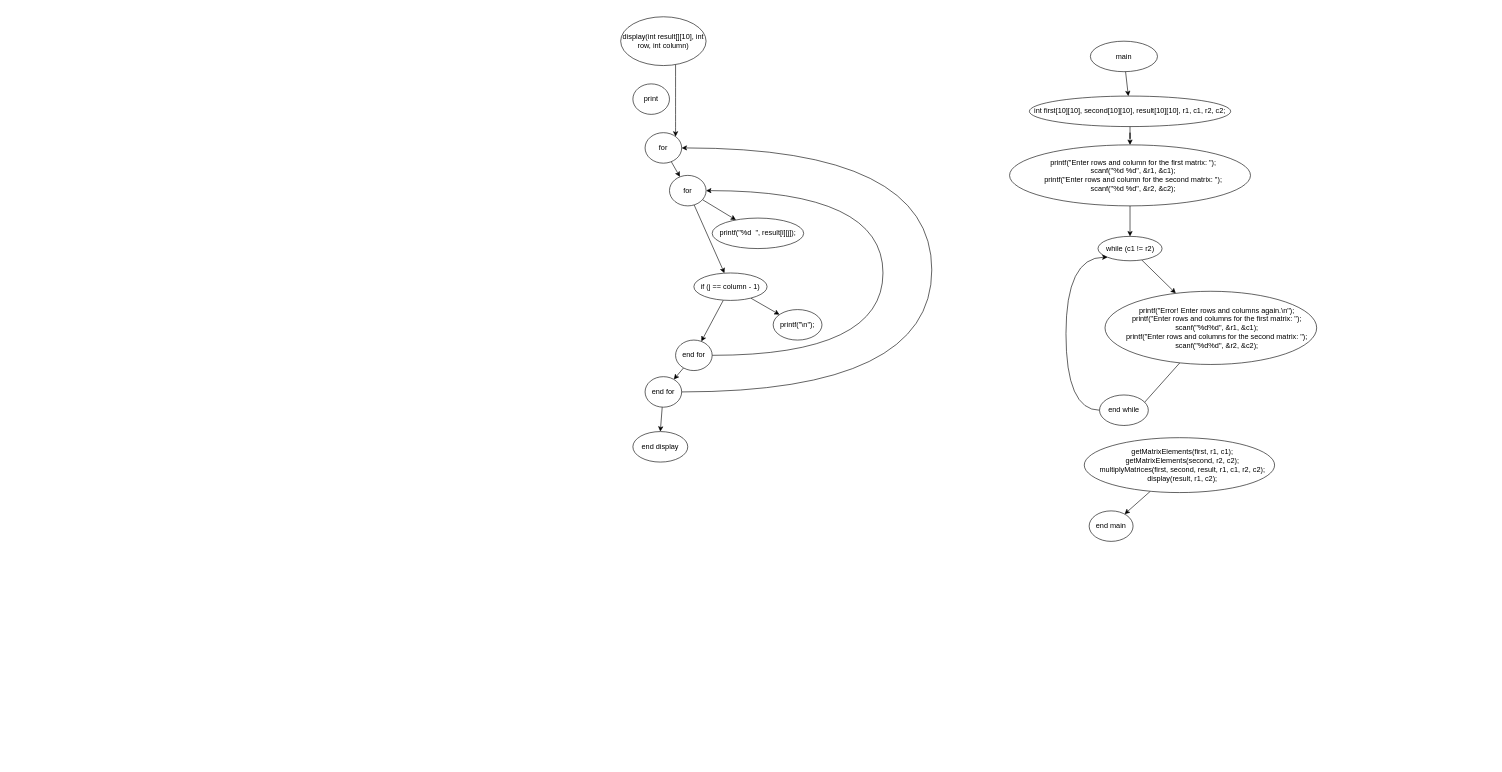
The draw.io diagram Matrix CFG.drawio in DanteDeLordran/levenshtein_distance, before the edit. Source tidied: cells renumbered, new cells numbered last; positions are measured from the earlier drawing's top-left corner, leaving out a move shared by most shapes. Both pictures are drawn from the tidied source at 61%, with x=0, y=0 at pixel (620, 16).
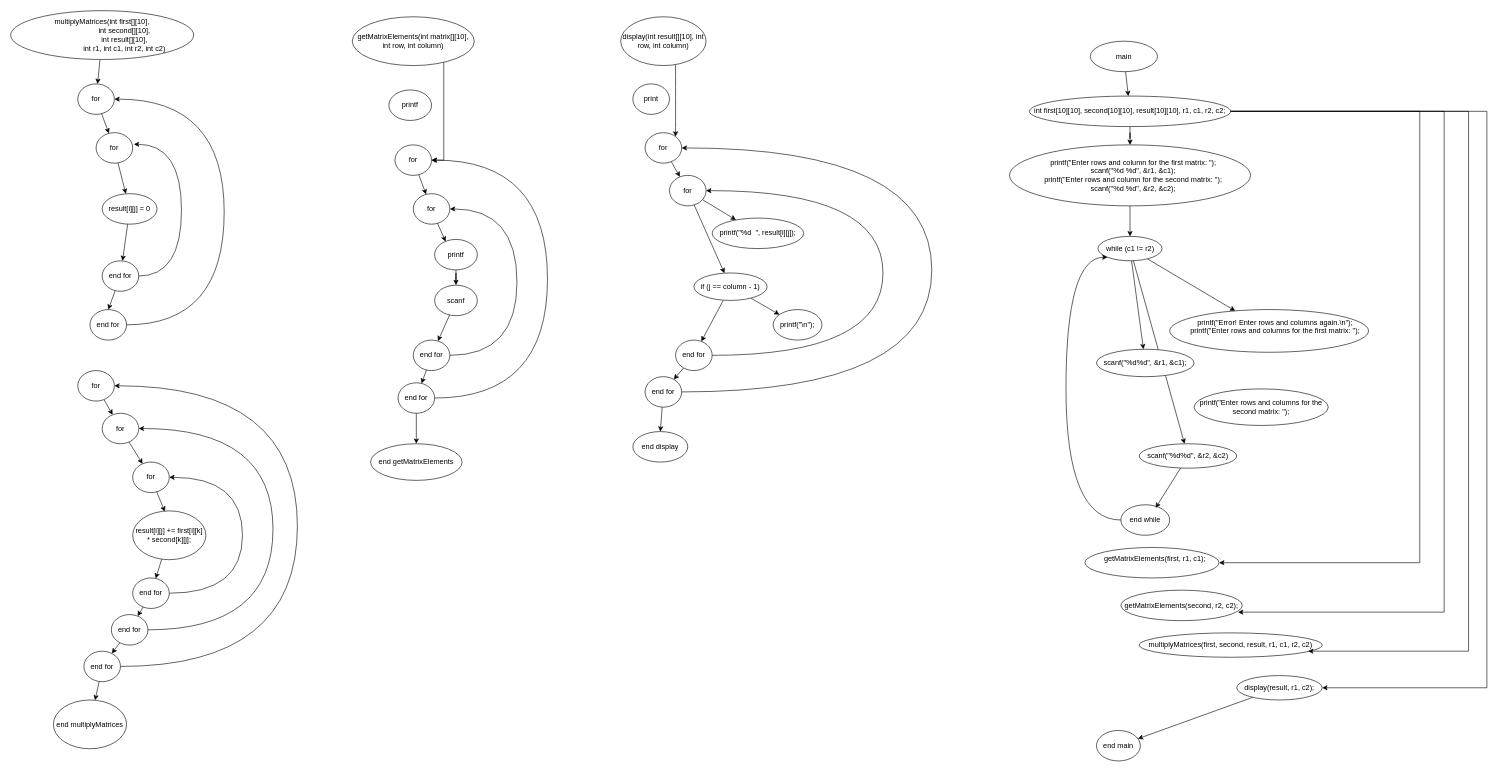
Above is the later version.

Commit message (it also covers changes not shown here):
Matrix CFG

The change refers to these unchanged cells:
```xml
<mxCell id="25" value="int first[10][10], second[10][10], result[10][10], r1, c1, r2, c2;" style="ellipse;whiteSpace=wrap;html=1;" parent="1" vertex="1">
  <mxGeometry x="670" y="130" width="330" height="50" as="geometry" />
</mxCell>
<mxCell id="29" value="while (c1 != r2)" style="ellipse;whiteSpace=wrap;html=1;" parent="1" vertex="1">
  <mxGeometry x="782.5" y="360" width="105" height="40" as="geometry" />
</mxCell>
```

Change to the diagram source:
```diff
@@
+    <mxCell id="37" style="edgeStyle=orthogonalEdgeStyle;rounded=0;jettySize=auto;html=1;" parent="1" edge="1" source="25" target="35">
+      <mxGeometry relative="1" as="geometry">
+        <Array as="points">
+          <mxPoint x="1310" y="155" />
+          <mxPoint x="1310" y="895" />
+        </Array>
+      </mxGeometry>
+    </mxCell>
+    <mxCell id="38" style="edgeStyle=orthogonalEdgeStyle;rounded=0;jettySize=auto;html=1;" parent="1" edge="1" source="25" target="97">
+      <mxGeometry relative="1" as="geometry">
+        <Array as="points">
+          <mxPoint x="1420" y="155" />
+          <mxPoint x="1420" y="1100" />
+        </Array>
+      </mxGeometry>
+    </mxCell>
@@
+    <mxCell id="39" style="rounded=0;jettySize=auto;html=1;" parent="1" edge="1" source="29" target="90">
+      <mxGeometry relative="1" as="geometry" />
+    </mxCell>
+    <mxCell id="40" style="rounded=0;jettySize=auto;html=1;" parent="1" edge="1" source="29" target="92">
+      <mxGeometry relative="1" as="geometry" />
+    </mxCell>
@@
-    <mxCell id="30" style="rounded=0;jettySize=auto;html=1;entryX=0.5;entryY=1;entryDx=0;entryDy=0;" parent="1" edge="1" source="31" target="33">
-      <mxGeometry relative="1" as="geometry" />
-    </mxCell>
-    <mxCell id="31" value="&lt;div&gt;&amp;nbsp; &amp;nbsp; &amp;nbsp; printf(&quot;Error! Enter rows and columns again.\n&quot;);&lt;/div&gt;&lt;div&gt;&amp;nbsp; &amp;nbsp; &amp;nbsp; printf(&quot;Enter rows and columns for the first matrix: &quot;);&lt;/div&gt;&lt;div&gt;&amp;nbsp; &amp;nbsp; &amp;nbsp; scanf(&quot;%d%d&quot;, &amp;amp;r1, &amp;amp;c1);&lt;/div&gt;&lt;div&gt;&amp;nbsp; &amp;nbsp; &amp;nbsp; printf(&quot;Enter rows and columns for the second matrix: &quot;);&lt;/div&gt;&lt;div&gt;&amp;nbsp; &amp;nbsp; &amp;nbsp; scanf(&quot;%d%d&quot;, &amp;amp;r2, &amp;amp;c2);&lt;/div&gt;" style="ellipse;whiteSpace=wrap;html=1;" parent="1" vertex="1">
-      <mxGeometry x="794" y="450" width="347" height="120" as="geometry" />
+    <mxCell id="31" value="&lt;div&gt;&amp;nbsp; &amp;nbsp; &amp;nbsp; printf(&quot;Error! Enter rows and columns again.\n&quot;);&lt;/div&gt;&lt;div&gt;&amp;nbsp; &amp;nbsp; &amp;nbsp; printf(&quot;Enter rows and columns for the first matrix: &quot;);&lt;/div&gt;&lt;div&gt;&amp;nbsp; &amp;nbsp; &amp;nbsp;&amp;nbsp;&lt;/div&gt;" style="ellipse;whiteSpace=wrap;html=1;" parent="1" vertex="1">
+      <mxGeometry x="900" y="480" width="326" height="70" as="geometry" />
     </mxCell>
     <mxCell id="32" style="edgeStyle=orthogonalEdgeStyle;rounded=0;jettySize=auto;html=1;entryX=0;entryY=1;entryDx=0;entryDy=0;curved=1;" parent="1" edge="1" source="33" target="29">
       <mxGeometry relative="1" as="geometry">
         <Array as="points">
-          <mxPoint x="730" y="645" />
+          <mxPoint x="730" y="825" />
           <mxPoint x="730" y="394" />
         </Array>
       </mxGeometry>
     </mxCell>
     <mxCell id="33" value="end while" style="ellipse;whiteSpace=wrap;html=1;" parent="1" vertex="1">
-      <mxGeometry x="785" y="620" width="80" height="50" as="geometry" />
+      <mxGeometry x="820" y="800" width="80" height="50" as="geometry" />
     </mxCell>
-    <mxCell id="34" style="rounded=0;jettySize=auto;html=1;" parent="1" edge="1" source="35" target="36">
-      <mxGeometry relative="1" as="geometry" />
-    </mxCell>
-    <mxCell id="35" value="&lt;div&gt;&amp;nbsp; &amp;nbsp;getMatrixElements(first, r1, c1);&lt;/div&gt;&lt;div&gt;&amp;nbsp; &amp;nbsp;getMatrixElements(second, r2, c2);&lt;/div&gt;&lt;div&gt;&amp;nbsp; &amp;nbsp;multiplyMatrices(first, second, result, r1, c1, r2, c2);&lt;/div&gt;&lt;div&gt;&amp;nbsp; &amp;nbsp;display(result, r1, c2);&lt;/div&gt;" style="ellipse;whiteSpace=wrap;html=1;" parent="1" vertex="1">
-      <mxGeometry x="760" y="690" width="312" height="90" as="geometry" />
+    <mxCell id="35" value="&lt;div&gt;&amp;nbsp; &amp;nbsp;getMatrixElements(first, r1, c1);&lt;/div&gt;&lt;div&gt;&amp;nbsp;&amp;nbsp;&lt;/div&gt;" style="ellipse;whiteSpace=wrap;html=1;" parent="1" vertex="1">
+      <mxGeometry x="761" y="870" width="220" height="50" as="geometry" />
     </mxCell>
     <mxCell id="36" value="end main" style="ellipse;whiteSpace=wrap;html=1;" parent="1" vertex="1">
-      <mxGeometry x="768" y="810" width="72" height="50" as="geometry" />
+      <mxGeometry x="780" y="1170" width="72" height="50" as="geometry" />
     </mxCell>
+    <mxCell id="41" style="edgeStyle=orthogonalEdgeStyle;rounded=0;jettySize=auto;html=1;" parent="1" edge="1" source="42" target="45">
+      <mxGeometry relative="1" as="geometry">
+        <Array as="points">
+          <mxPoint x="-290" y="235" />
+        </Array>
+      </mxGeometry>
+    </mxCell>
+    <mxCell id="42" value="getMatrixElements(int matrix[][10], int row, int column)" style="ellipse;whiteSpace=wrap;html=1;" parent="1" vertex="1">
+      <mxGeometry x="-440" width="200" height="80" as="geometry" />
+    </mxCell>
+    <mxCell id="43" value="printf" style="ellipse;whiteSpace=wrap;html=1;" parent="1" vertex="1">
+      <mxGeometry x="-380" y="120" width="70" height="50" as="geometry" />
+    </mxCell>
+    <mxCell id="44" style="rounded=0;jettySize=auto;html=1;" parent="1" edge="1" source="45" target="49">
+      <mxGeometry relative="1" as="geometry" />
+    </mxCell>
+    <mxCell id="45" value="for" style="ellipse;whiteSpace=wrap;html=1;" parent="1" vertex="1">
+      <mxGeometry x="-370" y="210" width="60" height="50" as="geometry" />
+    </mxCell>
+    <mxCell id="46" style="edgeStyle=orthogonalEdgeStyle;rounded=0;jettySize=auto;html=1;" parent="1" edge="1" source="48" target="58">
+      <mxGeometry relative="1" as="geometry" />
+    </mxCell>
+    <mxCell id="47" style="edgeStyle=orthogonalEdgeStyle;rounded=0;jettySize=auto;html=1;curved=1;" parent="1" edge="1" source="48" target="45">
+      <mxGeometry relative="1" as="geometry">
+        <Array as="points">
+          <mxPoint x="-120" y="625" />
+          <mxPoint x="-120" y="235" />
+        </Array>
+      </mxGeometry>
+    </mxCell>
+    <mxCell id="48" value="end for" style="ellipse;whiteSpace=wrap;html=1;" parent="1" vertex="1">
+      <mxGeometry x="-365" y="600" width="60" height="50" as="geometry" />
+    </mxCell>
+    <mxCell id="49" value="for" style="ellipse;whiteSpace=wrap;html=1;" parent="1" vertex="1">
+      <mxGeometry x="-340" y="290" width="60" height="50" as="geometry" />
+    </mxCell>
+    <mxCell id="50" style="edgeStyle=orthogonalEdgeStyle;rounded=0;jettySize=auto;html=1;curved=1;" parent="1" edge="1" source="52" target="49">
+      <mxGeometry relative="1" as="geometry">
+        <Array as="points">
+          <mxPoint x="-170" y="555" />
+          <mxPoint x="-170" y="315" />
+        </Array>
+      </mxGeometry>
+    </mxCell>
+    <mxCell id="51" style="rounded=0;jettySize=auto;html=1;" parent="1" edge="1" source="52" target="48">
+      <mxGeometry relative="1" as="geometry" />
+    </mxCell>
+    <mxCell id="52" value="end for" style="ellipse;whiteSpace=wrap;html=1;" parent="1" vertex="1">
+      <mxGeometry x="-340" y="530" width="60" height="50" as="geometry" />
+    </mxCell>
+    <mxCell id="53" style="edgeStyle=orthogonalEdgeStyle;rounded=0;jettySize=auto;html=1;" parent="1" edge="1" source="54" target="57">
+      <mxGeometry relative="1" as="geometry" />
+    </mxCell>
+    <mxCell id="54" value="printf" style="ellipse;whiteSpace=wrap;html=1;" parent="1" vertex="1">
+      <mxGeometry x="-305" y="365" width="70" height="50" as="geometry" />
+    </mxCell>
+    <mxCell id="55" style="rounded=0;jettySize=auto;html=1;entryX=0.257;entryY=0.068;entryDx=0;entryDy=0;entryPerimeter=0;" parent="1" edge="1" source="49" target="54">
+      <mxGeometry relative="1" as="geometry" />
+    </mxCell>
+    <mxCell id="56" style="rounded=0;jettySize=auto;html=1;" parent="1" edge="1" source="57" target="52">
+      <mxGeometry relative="1" as="geometry" />
+    </mxCell>
+    <mxCell id="57" value="scanf" style="ellipse;whiteSpace=wrap;html=1;" parent="1" vertex="1">
+      <mxGeometry x="-305" y="440" width="70" height="50" as="geometry" />
+    </mxCell>
+    <mxCell id="58" value="end getMatrixElements" style="ellipse;whiteSpace=wrap;html=1;" parent="1" vertex="1">
+      <mxGeometry x="-410" y="700" width="150" height="60" as="geometry" />
+    </mxCell>
+    <mxCell id="59" style="rounded=0;jettySize=auto;html=1;" parent="1" edge="1" source="60" target="62">
+      <mxGeometry relative="1" as="geometry" />
+    </mxCell>
+    <mxCell id="60" value="&lt;div&gt;multiplyMatrices(int first[][10],&lt;/div&gt;&lt;div&gt;&amp;nbsp; &amp;nbsp; &amp;nbsp; &amp;nbsp; &amp;nbsp; &amp;nbsp; &amp;nbsp; &amp;nbsp; &amp;nbsp; &amp;nbsp; &amp;nbsp; int second[][10],&lt;/div&gt;&lt;div&gt;&amp;nbsp; &amp;nbsp; &amp;nbsp; &amp;nbsp; &amp;nbsp; &amp;nbsp; &amp;nbsp; &amp;nbsp; &amp;nbsp; &amp;nbsp; &amp;nbsp; int result[][10],&lt;/div&gt;&lt;div&gt;&amp;nbsp; &amp;nbsp; &amp;nbsp; &amp;nbsp; &amp;nbsp; &amp;nbsp; &amp;nbsp; &amp;nbsp; &amp;nbsp; &amp;nbsp; &amp;nbsp; int r1, int c1, int r2, int c2)&lt;/div&gt;" style="ellipse;whiteSpace=wrap;html=1;" parent="1" vertex="1">
+      <mxGeometry x="-1000" y="-10" width="300" height="80" as="geometry" />
+    </mxCell>
+    <mxCell id="61" style="rounded=0;jettySize=auto;html=1;" parent="1" edge="1" source="62" target="66">
+      <mxGeometry relative="1" as="geometry" />
+    </mxCell>
+    <mxCell id="62" value="for" style="ellipse;whiteSpace=wrap;html=1;" parent="1" vertex="1">
+      <mxGeometry x="-890" y="110" width="60" height="50" as="geometry" />
+    </mxCell>
+    <mxCell id="63" style="edgeStyle=orthogonalEdgeStyle;rounded=0;jettySize=auto;html=1;curved=1;" parent="1" edge="1" source="64" target="62">
+      <mxGeometry relative="1" as="geometry">
+        <Array as="points">
+          <mxPoint x="-650" y="505" />
+          <mxPoint x="-650" y="135" />
+        </Array>
+      </mxGeometry>
+    </mxCell>
+    <mxCell id="64" value="end for" style="ellipse;whiteSpace=wrap;html=1;" parent="1" vertex="1">
+      <mxGeometry x="-870" y="480" width="60" height="50" as="geometry" />
+    </mxCell>
+    <mxCell id="65" style="rounded=0;jettySize=auto;html=1;" parent="1" edge="1" source="66" target="70">
+      <mxGeometry relative="1" as="geometry" />
+    </mxCell>
+    <mxCell id="66" value="for" style="ellipse;whiteSpace=wrap;html=1;" parent="1" vertex="1">
+      <mxGeometry x="-860" y="190" width="60" height="50" as="geometry" />
+    </mxCell>
+    <mxCell id="67" style="rounded=0;jettySize=auto;html=1;entryX=0.5;entryY=0;entryDx=0;entryDy=0;" parent="1" edge="1" source="68" target="64">
+      <mxGeometry relative="1" as="geometry" />
+    </mxCell>
+    <mxCell id="68" value="end for" style="ellipse;whiteSpace=wrap;html=1;" parent="1" vertex="1">
+      <mxGeometry x="-850" y="400" width="60" height="50" as="geometry" />
+    </mxCell>
+    <mxCell id="69" style="rounded=0;jettySize=auto;html=1;" parent="1" edge="1" source="70" target="68">
+      <mxGeometry relative="1" as="geometry" />
+    </mxCell>
+    <mxCell id="70" value="result[i][j] = 0" style="ellipse;whiteSpace=wrap;html=1;" parent="1" vertex="1">
+      <mxGeometry x="-850" y="290" width="90" height="50" as="geometry" />
+    </mxCell>
+    <mxCell id="71" style="rounded=0;jettySize=auto;html=1;" parent="1" edge="1" source="72" target="74">
+      <mxGeometry relative="1" as="geometry" />
+    </mxCell>
+    <mxCell id="72" value="for" style="ellipse;whiteSpace=wrap;html=1;" parent="1" vertex="1">
+      <mxGeometry x="-890" y="580" width="60" height="50" as="geometry" />
+    </mxCell>
+    <mxCell id="73" style="rounded=0;jettySize=auto;html=1;" parent="1" edge="1" source="74" target="75">
+      <mxGeometry relative="1" as="geometry" />
+    </mxCell>
+    <mxCell id="74" value="for" style="ellipse;whiteSpace=wrap;html=1;" parent="1" vertex="1">
+      <mxGeometry x="-850" y="650" width="60" height="50" as="geometry" />
+    </mxCell>
+    <mxCell id="75" value="for" style="ellipse;whiteSpace=wrap;html=1;" parent="1" vertex="1">
+      <mxGeometry x="-800" y="730" width="60" height="50" as="geometry" />
+    </mxCell>
+    <mxCell id="76" style="rounded=0;jettySize=auto;html=1;" parent="1" edge="1" source="77" target="81">
+      <mxGeometry relative="1" as="geometry" />
+    </mxCell>
+    <mxCell id="77" value="result[i][j] += first[i][k] * second[k][j];" style="ellipse;whiteSpace=wrap;html=1;" parent="1" vertex="1">
+      <mxGeometry x="-800" y="810" width="120" height="80" as="geometry" />
+    </mxCell>
+    <mxCell id="78" style="rounded=0;jettySize=auto;html=1;entryX=0.44;entryY=0.015;entryDx=0;entryDy=0;entryPerimeter=0;" parent="1" edge="1" source="75" target="77">
+      <mxGeometry relative="1" as="geometry" />
+    </mxCell>
+    <mxCell id="79" style="edgeStyle=orthogonalEdgeStyle;rounded=0;jettySize=auto;html=1;curved=1;" parent="1" edge="1" source="81" target="75">
+      <mxGeometry relative="1" as="geometry">
+        <Array as="points">
+          <mxPoint x="-620" y="945" />
+          <mxPoint x="-620" y="755" />
+        </Array>
+      </mxGeometry>
+    </mxCell>
+    <mxCell id="80" style="rounded=0;jettySize=auto;html=1;" parent="1" edge="1" source="81" target="84">
+      <mxGeometry relative="1" as="geometry" />
+    </mxCell>
+    <mxCell id="81" value="end for" style="ellipse;whiteSpace=wrap;html=1;" parent="1" vertex="1">
+      <mxGeometry x="-800" y="920" width="60" height="50" as="geometry" />
+    </mxCell>
+    <mxCell id="82" style="edgeStyle=orthogonalEdgeStyle;rounded=0;jettySize=auto;html=1;curved=1;" parent="1" edge="1" source="84" target="74">
+      <mxGeometry relative="1" as="geometry">
+        <Array as="points">
+          <mxPoint x="-570" y="1005" />
+          <mxPoint x="-570" y="675" />
+        </Array>
+      </mxGeometry>
+    </mxCell>
+    <mxCell id="83" style="rounded=0;jettySize=auto;html=1;" parent="1" edge="1" source="84" target="87">
+      <mxGeometry relative="1" as="geometry" />
+    </mxCell>
+    <mxCell id="84" value="end for" style="ellipse;whiteSpace=wrap;html=1;" parent="1" vertex="1">
+      <mxGeometry x="-835" y="980" width="60" height="50" as="geometry" />
+    </mxCell>
+    <mxCell id="85" style="rounded=0;jettySize=auto;html=1;" parent="1" edge="1" source="87" target="88">
+      <mxGeometry relative="1" as="geometry" />
+    </mxCell>
+    <mxCell id="86" style="edgeStyle=orthogonalEdgeStyle;rounded=0;jettySize=auto;html=1;curved=1;" parent="1" edge="1" source="87" target="72">
+      <mxGeometry relative="1" as="geometry">
+        <Array as="points">
+          <mxPoint x="-530" y="1065" />
+          <mxPoint x="-530" y="605" />
+        </Array>
+      </mxGeometry>
+    </mxCell>
+    <mxCell id="87" value="end for" style="ellipse;whiteSpace=wrap;html=1;" parent="1" vertex="1">
+      <mxGeometry x="-880" y="1040" width="60" height="50" as="geometry" />
+    </mxCell>
+    <mxCell id="88" value="end multiplyMatrices" style="ellipse;whiteSpace=wrap;html=1;" parent="1" vertex="1">
+      <mxGeometry x="-930" y="1120" width="120" height="80" as="geometry" />
+    </mxCell>
+    <mxCell id="89" style="edgeStyle=orthogonalEdgeStyle;rounded=0;jettySize=auto;html=1;entryX=1.033;entryY=0.38;entryDx=0;entryDy=0;entryPerimeter=0;curved=1;" parent="1" edge="1" source="68" target="66">
+      <mxGeometry relative="1" as="geometry">
+        <Array as="points">
+          <mxPoint x="-720" y="425" />
+          <mxPoint x="-720" y="209" />
+        </Array>
+      </mxGeometry>
+    </mxCell>
+    <mxCell id="90" value="scanf(&quot;%d%d&quot;, &amp;amp;r1, &amp;amp;c1);" style="ellipse;whiteSpace=wrap;html=1;" parent="1" vertex="1">
+      <mxGeometry x="780" y="545" width="160" height="45" as="geometry" />
+    </mxCell>
+    <mxCell id="91" value="printf(&quot;Enter rows and columns for the second matrix: &quot;);" style="ellipse;whiteSpace=wrap;html=1;" parent="1" vertex="1">
+      <mxGeometry x="940" y="610" width="220" height="60" as="geometry" />
+    </mxCell>
+    <mxCell id="92" value="scanf(&quot;%d%d&quot;, &amp;amp;r2, &amp;amp;c2)" style="ellipse;whiteSpace=wrap;html=1;" parent="1" vertex="1">
+      <mxGeometry x="850" y="700" width="160" height="40" as="geometry" />
+    </mxCell>
+    <mxCell id="93" style="rounded=0;jettySize=auto;html=1;entryX=0.713;entryY=0.1;entryDx=0;entryDy=0;entryPerimeter=0;" parent="1" edge="1" source="92" target="33">
+      <mxGeometry relative="1" as="geometry" />
+    </mxCell>
+    <mxCell id="94" value="getMatrixElements(second, r2, c2);" style="ellipse;whiteSpace=wrap;html=1;" parent="1" vertex="1">
+      <mxGeometry x="820" y="940" width="199" height="50" as="geometry" />
+    </mxCell>
+    <mxCell id="95" value="multiplyMatrices(first, second, result, r1, c1, r2, c2)" style="ellipse;whiteSpace=wrap;html=1;" parent="1" vertex="1">
+      <mxGeometry x="850" y="1010" width="300" height="40" as="geometry" />
+    </mxCell>
+    <mxCell id="96" style="rounded=0;jettySize=auto;html=1;" parent="1" edge="1" source="97" target="36">
+      <mxGeometry relative="1" as="geometry" />
+    </mxCell>
+    <mxCell id="97" value="display(result, r1, c2);" style="ellipse;whiteSpace=wrap;html=1;" parent="1" vertex="1">
+      <mxGeometry x="1010" y="1080" width="140" height="40" as="geometry" />
+    </mxCell>
+    <mxCell id="98" style="edgeStyle=orthogonalEdgeStyle;rounded=0;jettySize=auto;html=1;entryX=0.965;entryY=0.72;entryDx=0;entryDy=0;entryPerimeter=0;" parent="1" edge="1" source="25" target="94">
+      <mxGeometry relative="1" as="geometry">
+        <Array as="points">
+          <mxPoint x="1350" y="155" />
+          <mxPoint x="1350" y="976" />
+        </Array>
+      </mxGeometry>
+    </mxCell>
+    <mxCell id="99" style="edgeStyle=orthogonalEdgeStyle;rounded=0;jettySize=auto;html=1;entryX=0.923;entryY=0.75;entryDx=0;entryDy=0;entryPerimeter=0;" parent="1" edge="1" source="25" target="95">
+      <mxGeometry relative="1" as="geometry">
+        <Array as="points">
+          <mxPoint x="1390" y="155" />
+          <mxPoint x="1390" y="1040" />
+        </Array>
+      </mxGeometry>
+    </mxCell>
```
